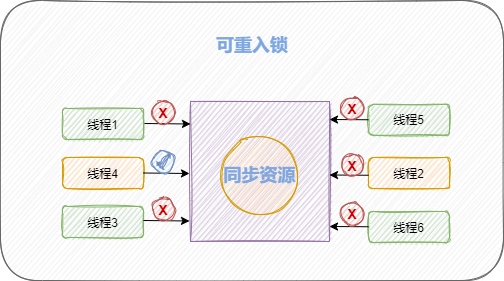
The draw.io diagram imgs/非公平锁.png in xlcoding/ImageHost, before a commit. Source tidied: cells renumbered, new cells last; positions are measured from the earlier drawing's top-left corner, leaving out a move shared by most shapes. Source of this version:
```xml
<mxGraphModel>
  <root>
    <mxCell id="0" />
    <mxCell id="1" parent="0" />
    <mxCell id="2" style="rounded=1;whiteSpace=wrap;html=1;fillColor=#f5f5f5;strokeColor=#666666;shadow=0;glass=0;gradientDirection=south;sketch=1;fontColor=#333333;" parent="1" vertex="1">
      <mxGeometry width="503" height="280" as="geometry" />
    </mxCell>
    <mxCell id="3" value="&lt;font style=&quot;font-size: 18px&quot; color=&quot;#7ea6e0&quot;&gt;&lt;b&gt;可重入锁&lt;/b&gt;&lt;/font&gt;" style="text;html=1;strokeColor=none;fillColor=none;align=center;verticalAlign=middle;whiteSpace=wrap;rounded=0;shadow=0;glass=0;sketch=0;" parent="1" vertex="1">
      <mxGeometry x="213.5" y="30" width="76" height="30" as="geometry" />
    </mxCell>
    <mxCell id="4" style="rounded=0;whiteSpace=wrap;html=1;fillColor=#e1d5e7;strokeColor=#9673a6;shadow=0;sketch=1;" parent="1" vertex="1">
      <mxGeometry x="190" y="101" width="139" height="140" as="geometry" />
    </mxCell>
    <mxCell id="5" value="&lt;font style=&quot;font-size: 18px&quot; color=&quot;#7ea6e0&quot;&gt;&lt;b&gt;同步资源&lt;/b&gt;&lt;/font&gt;" style="ellipse;whiteSpace=wrap;html=1;fillColor=#ffe6cc;strokeColor=#d79b00;shadow=0;sketch=1;" parent="1" vertex="1">
      <mxGeometry x="218.8" y="134.8" width="80.5" height="80.5" as="geometry" />
    </mxCell>
    <mxCell id="6" value="线程1" style="rounded=1;whiteSpace=wrap;html=1;fillColor=#d5e8d4;strokeColor=#82b366;sketch=1;" parent="1" vertex="1">
      <mxGeometry x="62" y="108" width="81" height="31" as="geometry" />
    </mxCell>
    <mxCell id="7" value="线程4" style="rounded=1;whiteSpace=wrap;html=1;fillColor=#ffe6cc;strokeColor=#d79b00;sketch=1;" parent="1" vertex="1">
      <mxGeometry x="62" y="157" width="81" height="31" as="geometry" />
    </mxCell>
    <mxCell id="8" value="线程5" style="rounded=1;whiteSpace=wrap;html=1;fillColor=#d5e8d4;strokeColor=#82b366;sketch=1;" parent="1" vertex="1">
      <mxGeometry x="368" y="103.8" width="81" height="31" as="geometry" />
    </mxCell>
    <mxCell id="9" value="线程2" style="rounded=1;whiteSpace=wrap;html=1;fillColor=#ffe6cc;strokeColor=#d79b00;sketch=1;" parent="1" vertex="1">
      <mxGeometry x="368" y="157" width="81" height="31" as="geometry" />
    </mxCell>
    <mxCell id="10" value="线程6" style="rounded=1;whiteSpace=wrap;html=1;fillColor=#d5e8d4;strokeColor=#82b366;sketch=1;" parent="1" vertex="1">
      <mxGeometry x="368" y="211" width="81" height="31" as="geometry" />
    </mxCell>
    <mxCell id="11" value="线程3" style="rounded=1;whiteSpace=wrap;html=1;fillColor=#d5e8d4;strokeColor=#82b366;sketch=1;" parent="1" vertex="1">
      <mxGeometry x="62" y="206" width="81" height="31" as="geometry" />
    </mxCell>
    <mxCell id="12" style="endArrow=classic;html=1;rounded=0;exitX=1;exitY=0.5;exitDx=0;exitDy=0;" parent="1" edge="1" source="7">
      <mxGeometry relative="1" as="geometry">
        <mxPoint x="189" y="173" as="targetPoint" />
      </mxGeometry>
    </mxCell>
    <mxCell id="13" style="endArrow=classic;html=1;rounded=0;exitX=1;exitY=0.5;exitDx=0;exitDy=0;" parent="1" edge="1">
      <mxGeometry relative="1" as="geometry">
        <mxPoint x="143" y="220" as="sourcePoint" />
        <mxPoint x="189" y="220.5" as="targetPoint" />
      </mxGeometry>
    </mxCell>
    <mxCell id="14" style="endArrow=classic;html=1;rounded=0;exitX=1;exitY=0.5;exitDx=0;exitDy=0;" parent="1" edge="1">
      <mxGeometry relative="1" as="geometry">
        <mxPoint x="144" y="123" as="sourcePoint" />
        <mxPoint x="190" y="123.5" as="targetPoint" />
      </mxGeometry>
    </mxCell>
    <mxCell id="15" style="endArrow=classic;html=1;rounded=0;exitX=0;exitY=0.5;exitDx=0;exitDy=0;" parent="1" edge="1" source="8">
      <mxGeometry relative="1" as="geometry">
        <mxPoint x="329" y="119" as="targetPoint" />
      </mxGeometry>
    </mxCell>
    <mxCell id="16" style="endArrow=classic;html=1;rounded=0;exitX=0;exitY=0.5;exitDx=0;exitDy=0;" parent="1" edge="1">
      <mxGeometry relative="1" as="geometry">
        <mxPoint x="368" y="174.8" as="sourcePoint" />
        <mxPoint x="329" y="174.5" as="targetPoint" />
      </mxGeometry>
    </mxCell>
    <mxCell id="17" style="endArrow=classic;html=1;rounded=0;exitX=0;exitY=0.5;exitDx=0;exitDy=0;" parent="1" edge="1">
      <mxGeometry relative="1" as="geometry">
        <mxPoint x="368" y="226.2" as="sourcePoint" />
        <mxPoint x="329" y="226" as="targetPoint" />
      </mxGeometry>
    </mxCell>
    <mxCell id="18" style="ellipse;whiteSpace=wrap;html=1;fillColor=#dae8fc;strokeColor=#6c8ebf;shadow=0;sketch=1;" parent="1" vertex="1">
      <mxGeometry x="152" y="150" width="22" height="22" as="geometry" />
    </mxCell>
    <mxCell id="19" style="verticalLabelPosition=bottom;verticalAlign=top;html=1;shape=mxgraph.basic.tick;fontSize=14;shadow=0;sketch=1;fillColor=#dae8fc;strokeColor=#6c8ebf;" parent="1" vertex="1">
      <mxGeometry x="157" y="154.5" width="12" height="13" as="geometry" />
    </mxCell>
    <mxCell id="20" value="&lt;b&gt;&lt;font style=&quot;font-size: 14px&quot; color=&quot;#cc0000&quot;&gt;X&lt;/font&gt;&lt;/b&gt;" style="ellipse;whiteSpace=wrap;html=1;fillColor=#f8cecc;strokeColor=#b85450;shadow=0;sketch=1;" parent="1" vertex="1">
      <mxGeometry x="341" y="97" width="22" height="22" as="geometry" />
    </mxCell>
    <mxCell id="21" value="&lt;b&gt;&lt;font style=&quot;font-size: 14px&quot; color=&quot;#cc0000&quot;&gt;X&lt;/font&gt;&lt;/b&gt;" style="ellipse;whiteSpace=wrap;html=1;fillColor=#f8cecc;strokeColor=#b85450;shadow=0;sketch=1;" parent="1" vertex="1">
      <mxGeometry x="341" y="154" width="22" height="22" as="geometry" />
    </mxCell>
    <mxCell id="22" value="&lt;b&gt;&lt;font style=&quot;font-size: 14px&quot; color=&quot;#cc0000&quot;&gt;X&lt;/font&gt;&lt;/b&gt;" style="ellipse;whiteSpace=wrap;html=1;fillColor=#f8cecc;strokeColor=#b85450;shadow=0;sketch=1;" parent="1" vertex="1">
      <mxGeometry x="341" y="202" width="22" height="22" as="geometry" />
    </mxCell>
    <mxCell id="23" value="&lt;b&gt;&lt;font style=&quot;font-size: 14px&quot; color=&quot;#cc0000&quot;&gt;X&lt;/font&gt;&lt;/b&gt;" style="ellipse;whiteSpace=wrap;html=1;fillColor=#f8cecc;strokeColor=#b85450;shadow=0;sketch=1;" parent="1" vertex="1">
      <mxGeometry x="152" y="101" width="22" height="22" as="geometry" />
    </mxCell>
    <mxCell id="24" value="&lt;b&gt;&lt;font style=&quot;font-size: 14px&quot; color=&quot;#cc0000&quot;&gt;X&lt;/font&gt;&lt;/b&gt;" style="ellipse;whiteSpace=wrap;html=1;fillColor=#f8cecc;strokeColor=#b85450;shadow=0;sketch=1;" parent="1" vertex="1">
      <mxGeometry x="152" y="198" width="22" height="22" as="geometry" />
    </mxCell>
  </root>
</mxGraphModel>
```
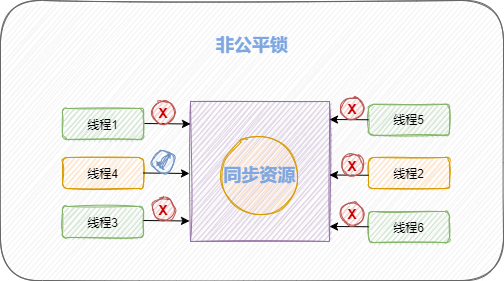
After the change.

Commit message:
更新非公平锁.png

What changed in the source:
```diff
@@ -5,7 +5,7 @@
     <mxCell id="2" style="rounded=1;whiteSpace=wrap;html=1;fillColor=#f5f5f5;strokeColor=#666666;shadow=0;glass=0;gradientDirection=south;sketch=1;fontColor=#333333;" parent="1" vertex="1">
       <mxGeometry width="503" height="280" as="geometry" />
     </mxCell>
-    <mxCell id="3" value="&lt;font style=&quot;font-size: 18px&quot; color=&quot;#7ea6e0&quot;&gt;&lt;b&gt;可重入锁&lt;/b&gt;&lt;/font&gt;" style="text;html=1;strokeColor=none;fillColor=none;align=center;verticalAlign=middle;whiteSpace=wrap;rounded=0;shadow=0;glass=0;sketch=0;" parent="1" vertex="1">
+    <mxCell id="3" value="&lt;font style=&quot;font-size: 18px&quot; color=&quot;#7ea6e0&quot;&gt;&lt;b&gt;非公平锁&lt;/b&gt;&lt;/font&gt;" style="text;html=1;strokeColor=none;fillColor=none;align=center;verticalAlign=middle;whiteSpace=wrap;rounded=0;shadow=0;glass=0;sketch=0;" parent="1" vertex="1">
       <mxGeometry x="213.5" y="30" width="76" height="30" as="geometry" />
     </mxCell>
     <mxCell id="4" style="rounded=0;whiteSpace=wrap;html=1;fillColor=#e1d5e7;strokeColor=#9673a6;shadow=0;sketch=1;" parent="1" vertex="1">
```
